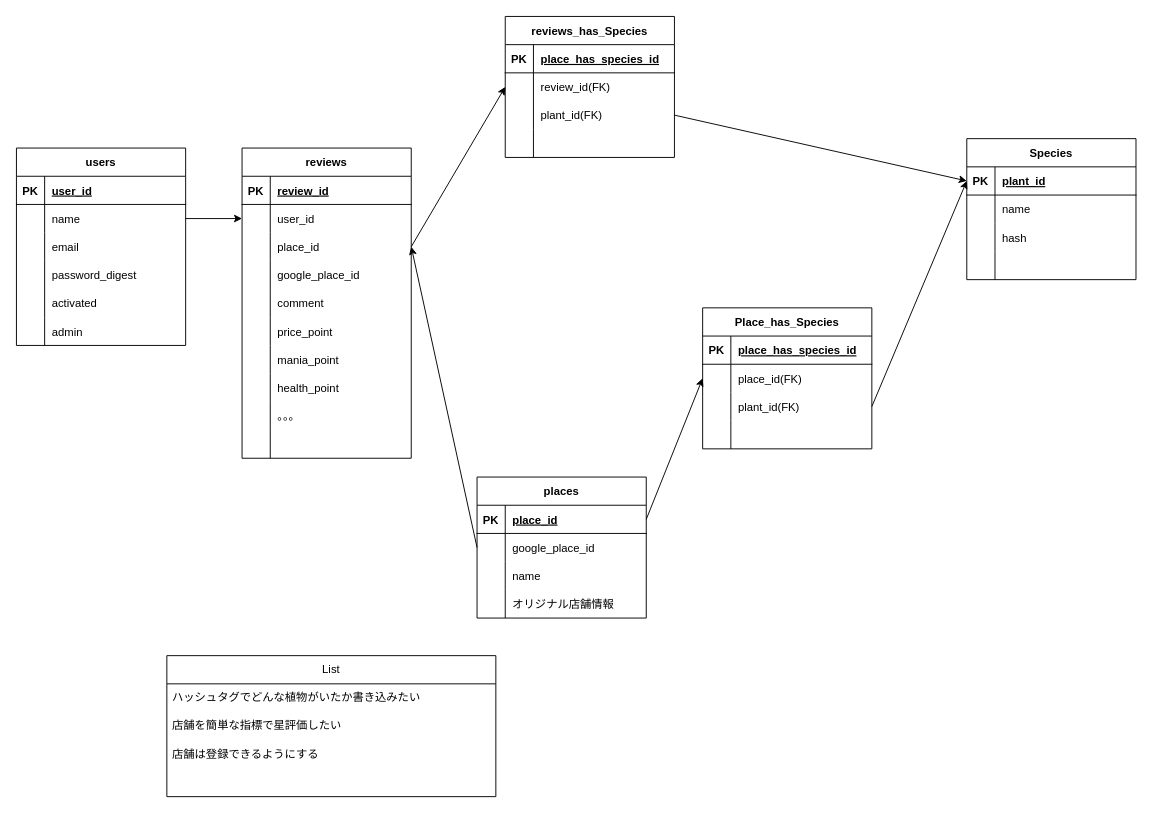
The draw.io diagram table_ER.drawio in sousukegit/plants_demo_app_v2_root, before the edit. Source tidied: cells renumbered, new cells numbered last; positions are measured from the earlier drawing's top-left corner, leaving out a move shared by most shapes. Both pictures are drawn from the tidied source at 94%, with x=0, y=0 at pixel (16, 16).
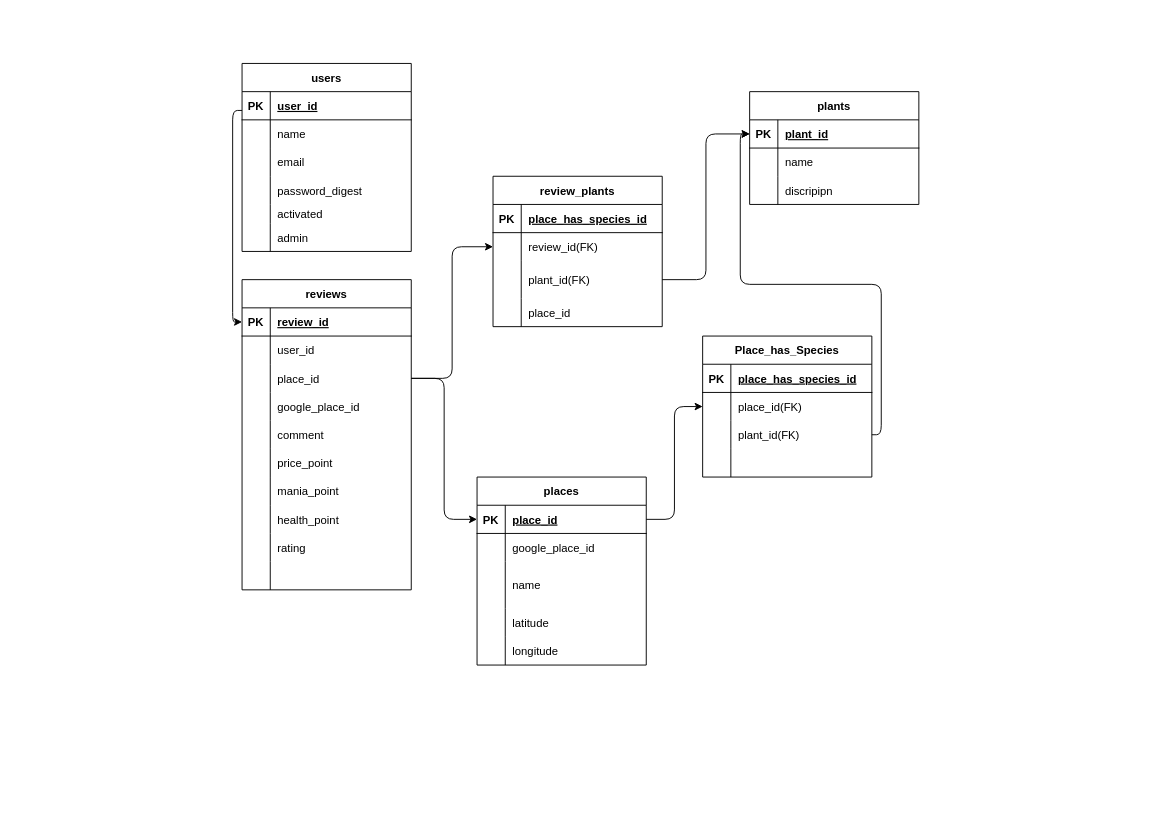
Above is the later version.

Commit message:
googlemmap topページ一時完成

Unchanged cells that the change refers to:
```xml
<mxCell id="6" style="shape=tableRow;horizontal=0;startSize=0;swimlaneHead=0;swimlaneBody=0;fillColor=none;points=[[0,0.5],[1,0.5]];portConstraint=eastwest;top=0;left=0;right=0;bottom=0;" parent="2" vertex="1">
  <mxGeometry y="60" width="180" height="30" as="geometry" />
</mxCell>
<mxCell id="22" style="shape=tableRow;horizontal=0;startSize=0;swimlaneHead=0;swimlaneBody=0;fillColor=none;points=[[0,0.5],[1,0.5]];portConstraint=eastwest;top=0;left=0;right=0;bottom=1;" parent="21" vertex="1">
  <mxGeometry y="30" width="180" height="30" as="geometry" />
</mxCell>
<mxCell id="25" style="shape=tableRow;horizontal=0;startSize=0;swimlaneHead=0;swimlaneBody=0;fillColor=none;points=[[0,0.5],[1,0.5]];portConstraint=eastwest;top=0;left=0;right=0;bottom=0;" parent="21" vertex="1">
  <mxGeometry y="60" width="180" height="30" as="geometry" />
</mxCell>
<mxCell id="35" style="shape=tableRow;horizontal=0;startSize=0;swimlaneHead=0;swimlaneBody=0;fillColor=none;points=[[0,0.5],[1,0.5]];portConstraint=eastwest;top=0;left=0;right=0;bottom=1;" parent="34" vertex="1">
  <mxGeometry y="30" width="180" height="30" as="geometry" />
</mxCell>
<mxCell id="38" style="shape=tableRow;horizontal=0;startSize=0;swimlaneHead=0;swimlaneBody=0;fillColor=none;points=[[0,0.5],[1,0.5]];portConstraint=eastwest;top=0;left=0;right=0;bottom=0;" parent="34" vertex="1">
  <mxGeometry y="60" width="180" height="30" as="geometry" />
</mxCell>
<mxCell id="41" style="shape=tableRow;horizontal=0;startSize=0;swimlaneHead=0;swimlaneBody=0;fillColor=none;points=[[0,0.5],[1,0.5]];portConstraint=eastwest;top=0;left=0;right=0;bottom=0;" parent="34" vertex="1">
  <mxGeometry y="90" width="180" height="30" as="geometry" />
</mxCell>
<mxCell id="59" style="shape=tableRow;horizontal=0;startSize=0;swimlaneHead=0;swimlaneBody=0;fillColor=none;top=0;left=0;right=0;bottom=0;" parent="34" vertex="1">
  <mxGeometry y="270" width="180" height="30" as="geometry" />
</mxCell>
<mxCell id="66" style="shape=tableRow;horizontal=0;startSize=0;swimlaneHead=0;swimlaneBody=0;fillColor=none;points=[[0,0.5],[1,0.5]];portConstraint=eastwest;top=0;left=0;right=0;bottom=1;" parent="65" vertex="1">
  <mxGeometry y="30" width="180" height="30" as="geometry" />
</mxCell>
<mxCell id="72" style="shape=tableRow;horizontal=0;startSize=0;swimlaneHead=0;swimlaneBody=0;fillColor=none;top=0;left=0;right=0;bottom=0;" parent="65" vertex="1">
  <mxGeometry y="90" width="180" height="30" as="geometry" />
</mxCell>
<mxCell id="91" style="shape=tableRow;horizontal=0;startSize=0;swimlaneHead=0;swimlaneBody=0;fillColor=none;points=[[0,0.5],[1,0.5]];portConstraint=eastwest;top=0;left=0;right=0;bottom=0;" parent="84" vertex="1">
  <mxGeometry y="90" width="180" height="30" as="geometry" />
</mxCell>
<mxCell id="101" style="shape=tableRow;horizontal=0;startSize=0;swimlaneHead=0;swimlaneBody=0;fillColor=none;points=[[0,0.5],[1,0.5]];portConstraint=eastwest;top=0;left=0;right=0;bottom=0;" parent="97" vertex="1">
  <mxGeometry y="60" width="180" height="30" as="geometry" />
</mxCell>
```

Diff of the diagram source:
```diff
@@
     <mxCell id="2" value="users" style="shape=table;startSize=30;childLayout=tableLayout;rowLines=0;fontStyle=1;align=center;" parent="1" vertex="1">
-      <mxGeometry y="140" width="180" height="210" as="geometry" />
+      <mxGeometry x="240" y="50" width="180" height="200" as="geometry" />
     </mxCell>
@@
     <mxCell id="15" style="shape=tableRow;horizontal=0;startSize=0;swimlaneHead=0;swimlaneBody=0;fillColor=none;top=0;left=0;right=0;bottom=0;" parent="2" vertex="1">
-      <mxGeometry y="150" width="180" height="30" as="geometry" />
+      <mxGeometry y="150" width="180" height="20" as="geometry" />
     </mxCell>
     <mxCell id="16" style="shape=partialRectangle;fillColor=none;top=0;left=0;bottom=0;right=0;overflow=hidden;" parent="15" vertex="1">
-      <mxGeometry width="30" height="30" as="geometry" />
+      <mxGeometry width="30" height="20" as="geometry" />
     </mxCell>
     <mxCell id="17" value="activated" style="shape=partialRectangle;fillColor=none;top=0;left=0;bottom=0;right=0;align=left;spacingLeft=6;overflow=hidden;" parent="15" vertex="1">
-      <mxGeometry x="30" width="150" height="30" as="geometry" />
+      <mxGeometry x="30" width="150" height="20" as="geometry" />
     </mxCell>
     <mxCell id="18" style="shape=tableRow;horizontal=0;startSize=0;swimlaneHead=0;swimlaneBody=0;fillColor=none;top=0;left=0;right=0;bottom=0;" parent="2" vertex="1">
-      <mxGeometry y="180" width="180" height="30" as="geometry" />
+      <mxGeometry y="170" width="180" height="30" as="geometry" />
     </mxCell>
@@
     <mxCell id="21" value="places" style="shape=table;startSize=30;childLayout=tableLayout;rowLines=0;fontStyle=1;align=center;" parent="1" vertex="1">
-      <mxGeometry x="490" y="490" width="180" height="150" as="geometry" />
+      <mxGeometry x="490" y="490" width="180" height="200" as="geometry" />
     </mxCell>
@@
     <mxCell id="28" style="shape=tableRow;horizontal=0;startSize=0;swimlaneHead=0;swimlaneBody=0;fillColor=none;top=0;left=0;right=0;bottom=0;" parent="21" vertex="1">
-      <mxGeometry y="90" width="180" height="30" as="geometry" />
+      <mxGeometry y="90" width="180" height="50" as="geometry" />
     </mxCell>
     <mxCell id="29" style="shape=partialRectangle;fillColor=none;top=0;left=0;bottom=0;right=0;overflow=hidden;" parent="28" vertex="1">
-      <mxGeometry width="30" height="30" as="geometry" />
+      <mxGeometry width="30" height="50" as="geometry" />
     </mxCell>
     <mxCell id="30" value="name" style="shape=partialRectangle;fillColor=none;top=0;left=0;bottom=0;right=0;align=left;spacingLeft=6;overflow=hidden;" parent="28" vertex="1">
-      <mxGeometry x="30" width="150" height="30" as="geometry" />
+      <mxGeometry x="30" width="150" height="50" as="geometry" />
     </mxCell>
-    <mxCell id="31" style="shape=tableRow;horizontal=0;startSize=0;swimlaneHead=0;swimlaneBody=0;fillColor=none;top=0;left=0;right=0;bottom=0;" parent="21" vertex="1">
-      <mxGeometry y="120" width="180" height="30" as="geometry" />
-    </mxCell>
-    <mxCell id="32" style="shape=partialRectangle;fillColor=none;top=0;left=0;bottom=0;right=0;overflow=hidden;" parent="31" vertex="1">
-      <mxGeometry width="30" height="30" as="geometry" />
-    </mxCell>
-    <mxCell id="33" value="オリジナル店舗情報" style="shape=partialRectangle;fillColor=none;top=0;left=0;bottom=0;right=0;align=left;spacingLeft=6;overflow=hidden;" parent="31" vertex="1">
-      <mxGeometry x="30" width="150" height="30" as="geometry" />
-    </mxCell>
+    <mxCell id="115" style="shape=tableRow;horizontal=0;startSize=0;swimlaneHead=0;swimlaneBody=0;fillColor=none;top=0;left=0;right=0;bottom=0;" parent="21" vertex="1">
+      <mxGeometry y="140" width="180" height="30" as="geometry" />
+    </mxCell>
+    <mxCell id="116" style="shape=partialRectangle;fillColor=none;top=0;left=0;bottom=0;right=0;overflow=hidden;" parent="115" vertex="1">
+      <mxGeometry width="30" height="30" as="geometry" />
+    </mxCell>
+    <mxCell id="117" value="latitude" style="shape=partialRectangle;fillColor=none;top=0;left=0;bottom=0;right=0;align=left;spacingLeft=6;overflow=hidden;" parent="115" vertex="1">
+      <mxGeometry x="30" width="150" height="30" as="geometry" />
+    </mxCell>
+    <mxCell id="118" style="shape=tableRow;horizontal=0;startSize=0;swimlaneHead=0;swimlaneBody=0;fillColor=none;top=0;left=0;right=0;bottom=0;" parent="21" vertex="1">
+      <mxGeometry y="170" width="180" height="30" as="geometry" />
+    </mxCell>
+    <mxCell id="119" style="shape=partialRectangle;fillColor=none;top=0;left=0;bottom=0;right=0;overflow=hidden;" parent="118" vertex="1">
+      <mxGeometry width="30" height="30" as="geometry" />
+    </mxCell>
+    <mxCell id="120" value="longitude" style="shape=partialRectangle;fillColor=none;top=0;left=0;bottom=0;right=0;align=left;spacingLeft=6;overflow=hidden;" parent="118" vertex="1">
+      <mxGeometry x="30" width="150" height="30" as="geometry" />
+    </mxCell>
     <mxCell id="34" value="reviews" style="shape=table;startSize=30;childLayout=tableLayout;rowLines=0;fontStyle=1;align=center;" parent="1" vertex="1">
-      <mxGeometry x="240" y="140" width="180" height="330" as="geometry" />
+      <mxGeometry x="240" y="280" width="180" height="330" as="geometry" />
     </mxCell>
@@
-    <mxCell id="61" value="。。。" style="shape=partialRectangle;fillColor=none;top=0;left=0;bottom=0;right=0;align=left;spacingLeft=6;overflow=hidden;" parent="59" vertex="1">
+    <mxCell id="61" value="rating" style="shape=partialRectangle;fillColor=none;top=0;left=0;bottom=0;right=0;align=left;spacingLeft=6;overflow=hidden;" parent="59" vertex="1">
       <mxGeometry x="30" width="150" height="30" as="geometry" />
     </mxCell>
@@
-    <mxCell id="65" value="Species" style="shape=table;startSize=30;childLayout=tableLayout;rowLines=0;fontStyle=1;align=center;" parent="1" vertex="1">
-      <mxGeometry x="1011" y="130" width="180" height="150" as="geometry" />
+    <mxCell id="65" value="plants" style="shape=table;startSize=30;childLayout=tableLayout;rowLines=0;fontStyle=1;align=center;" parent="1" vertex="1">
+      <mxGeometry x="780" y="80" width="180" height="120" as="geometry" />
     </mxCell>
@@
-    <mxCell id="74" value="hash" style="shape=partialRectangle;fillColor=none;top=0;left=0;bottom=0;right=0;align=left;spacingLeft=6;overflow=hidden;" parent="72" vertex="1">
+    <mxCell id="74" value="discripipn" style="shape=partialRectangle;fillColor=none;top=0;left=0;bottom=0;right=0;align=left;spacingLeft=6;overflow=hidden;" parent="72" vertex="1">
       <mxGeometry x="30" width="150" height="30" as="geometry" />
     </mxCell>
-    <mxCell id="75" style="shape=tableRow;horizontal=0;startSize=0;swimlaneHead=0;swimlaneBody=0;fillColor=none;top=0;left=0;right=0;bottom=0;" parent="65" vertex="1">
-      <mxGeometry y="120" width="180" height="30" as="geometry" />
-    </mxCell>
-    <mxCell id="76" style="shape=partialRectangle;fillColor=none;top=0;left=0;bottom=0;right=0;overflow=hidden;" parent="75" vertex="1">
-      <mxGeometry width="30" height="30" as="geometry" />
-    </mxCell>
-    <mxCell id="77" style="shape=partialRectangle;fillColor=none;top=0;left=0;bottom=0;right=0;align=left;spacingLeft=6;overflow=hidden;" parent="75" vertex="1">
-      <mxGeometry x="30" width="150" height="30" as="geometry" />
-    </mxCell>
-    <mxCell id="78" style="edgeStyle=none;html=1;exitX=1;exitY=0.5;exitDx=0;exitDy=0;entryX=0;entryY=0.5;entryDx=0;entryDy=0;" parent="1" edge="1" source="6" target="38">
-      <mxGeometry relative="1" as="geometry" />
-    </mxCell>
-    <mxCell id="79" value="List" style="swimlane;fontStyle=0;horizontal=1;startSize=30;whiteSpace=wrap;html=1;" parent="1" vertex="1">
-      <mxGeometry x="160" y="680" width="350" height="150" as="geometry" />
-    </mxCell>
-    <mxCell id="80" value="ハッシュタグでどんな植物がいたか書き込みたい" style="text;strokeColor=none;fillColor=none;align=left;verticalAlign=middle;spacingLeft=4;spacingRight=4;overflow=hidden;whiteSpace=wrap;html=1;" parent="79" vertex="1">
-      <mxGeometry y="30" width="350" height="30" as="geometry" />
-    </mxCell>
-    <mxCell id="81" value="店舗を簡単な指標で星評価したい" style="text;strokeColor=none;fillColor=none;align=left;verticalAlign=middle;spacingLeft=4;spacingRight=4;overflow=hidden;whiteSpace=wrap;html=1;" parent="79" vertex="1">
-      <mxGeometry y="60" width="350" height="30" as="geometry" />
-    </mxCell>
-    <mxCell id="82" value="店舗は登録できるようにする" style="text;strokeColor=none;fillColor=none;align=left;verticalAlign=middle;spacingLeft=4;spacingRight=4;overflow=hidden;whiteSpace=wrap;html=1;" parent="79" vertex="1">
-      <mxGeometry y="90" width="350" height="30" as="geometry" />
-    </mxCell>
-    <mxCell id="83" style="text;strokeColor=none;fillColor=none;align=left;verticalAlign=middle;spacingLeft=4;spacingRight=4;overflow=hidden;whiteSpace=wrap;html=1;" parent="79" vertex="1">
-      <mxGeometry y="120" width="350" height="30" as="geometry" />
-    </mxCell>
     <mxCell id="84" value="Place_has_Species" style="shape=table;startSize=30;childLayout=tableLayout;rowLines=0;fontStyle=1;align=center;" parent="1" vertex="1">
-      <mxGeometry x="730" y="310" width="180" height="150" as="geometry" />
+      <mxGeometry x="730" y="340" width="180" height="150" as="geometry" />
     </mxCell>
@@
-    <mxCell id="97" value="reviews_has_Species" style="shape=table;startSize=30;childLayout=tableLayout;rowLines=0;fontStyle=1;align=center;" parent="1" vertex="1">
-      <mxGeometry x="520" width="180" height="150" as="geometry" />
+    <mxCell id="97" value="review_plants" style="shape=table;startSize=30;childLayout=tableLayout;rowLines=0;fontStyle=1;align=center;" parent="1" vertex="1">
+      <mxGeometry x="507" y="170" width="180" height="160" as="geometry" />
     </mxCell>
@@
     <mxCell id="104" style="shape=tableRow;horizontal=0;startSize=0;swimlaneHead=0;swimlaneBody=0;fillColor=none;points=[[0,0.5],[1,0.5]];portConstraint=eastwest;top=0;left=0;right=0;bottom=0;" parent="97" vertex="1">
-      <mxGeometry y="90" width="180" height="30" as="geometry" />
+      <mxGeometry y="90" width="180" height="40" as="geometry" />
     </mxCell>
     <mxCell id="105" style="shape=partialRectangle;fillColor=none;top=0;left=0;bottom=0;right=0;overflow=hidden;" parent="104" vertex="1">
-      <mxGeometry width="30" height="30" as="geometry" />
+      <mxGeometry width="30" height="40" as="geometry" />
     </mxCell>
     <mxCell id="106" value="plant_id(FK)" style="shape=partialRectangle;fillColor=none;top=0;left=0;bottom=0;right=0;align=left;spacingLeft=6;overflow=hidden;" parent="104" vertex="1">
-      <mxGeometry x="30" width="150" height="30" as="geometry" />
+      <mxGeometry x="30" width="150" height="40" as="geometry" />
     </mxCell>
     <mxCell id="107" style="shape=tableRow;horizontal=0;startSize=0;swimlaneHead=0;swimlaneBody=0;fillColor=none;top=0;left=0;right=0;bottom=0;" parent="97" vertex="1">
-      <mxGeometry y="120" width="180" height="30" as="geometry" />
+      <mxGeometry y="130" width="180" height="30" as="geometry" />
     </mxCell>
@@
-    <mxCell id="109" style="shape=partialRectangle;fillColor=none;top=0;left=0;bottom=0;right=0;align=left;spacingLeft=6;overflow=hidden;" parent="107" vertex="1">
+    <mxCell id="109" value="place_id" style="shape=partialRectangle;fillColor=none;top=0;left=0;bottom=0;right=0;align=left;spacingLeft=6;overflow=hidden;" parent="107" vertex="1">
       <mxGeometry x="30" width="150" height="30" as="geometry" />
     </mxCell>
-    <mxCell id="110" style="edgeStyle=none;html=1;exitX=1;exitY=0.5;exitDx=0;exitDy=0;entryX=0;entryY=0.5;entryDx=0;entryDy=0;" parent="1" edge="1" source="41" target="101">
+    <mxCell id="110" style="edgeStyle=orthogonalEdgeStyle;html=1;exitX=1;exitY=0.5;exitDx=0;exitDy=0;entryX=0;entryY=0.5;entryDx=0;entryDy=0;" parent="1" edge="1" source="41" target="101">
       <mxGeometry relative="1" as="geometry" />
     </mxCell>
-    <mxCell id="111" style="edgeStyle=none;html=1;exitX=1;exitY=0.5;exitDx=0;exitDy=0;entryX=0;entryY=0.5;entryDx=0;entryDy=0;" parent="1" edge="1" source="22" target="84">
+    <mxCell id="111" style="edgeStyle=orthogonalEdgeStyle;html=1;exitX=1;exitY=0.5;exitDx=0;exitDy=0;entryX=0;entryY=0.5;entryDx=0;entryDy=0;" parent="1" edge="1" source="22" target="84">
       <mxGeometry relative="1" as="geometry" />
     </mxCell>
-    <mxCell id="112" style="edgeStyle=none;html=1;exitX=1;exitY=0.5;exitDx=0;exitDy=0;entryX=0;entryY=0.5;entryDx=0;entryDy=0;" parent="1" edge="1" source="104" target="66">
+    <mxCell id="112" style="edgeStyle=orthogonalEdgeStyle;html=1;exitX=1;exitY=0.5;exitDx=0;exitDy=0;entryX=0;entryY=0.5;entryDx=0;entryDy=0;" parent="1" edge="1" source="104" target="66">
       <mxGeometry relative="1" as="geometry" />
     </mxCell>
-    <mxCell id="113" style="edgeStyle=none;html=1;exitX=1;exitY=0.5;exitDx=0;exitDy=0;entryX=0;entryY=0.5;entryDx=0;entryDy=0;" parent="1" edge="1" source="91" target="66">
+    <mxCell id="113" style="edgeStyle=orthogonalEdgeStyle;html=1;exitX=1;exitY=0.5;exitDx=0;exitDy=0;entryX=0;entryY=0.5;entryDx=0;entryDy=0;" parent="1" edge="1" source="91" target="66">
       <mxGeometry relative="1" as="geometry" />
     </mxCell>
-    <mxCell id="114" style="edgeStyle=none;html=1;exitX=0;exitY=0.5;exitDx=0;exitDy=0;entryX=1;entryY=0.5;entryDx=0;entryDy=0;" parent="1" edge="1" source="25" target="41">
-      <mxGeometry relative="1" as="geometry" />
-    </mxCell>
+    <mxCell id="121" style="edgeStyle=orthogonalEdgeStyle;html=1;entryX=0;entryY=0.5;entryDx=0;entryDy=0;exitX=1;exitY=0.5;exitDx=0;exitDy=0;" parent="1" edge="1" source="41" target="22">
+      <mxGeometry relative="1" as="geometry" />
+    </mxCell>
+    <mxCell id="122" style="edgeStyle=orthogonalEdgeStyle;html=1;entryX=0;entryY=0.5;entryDx=0;entryDy=0;exitX=0;exitY=0.25;exitDx=0;exitDy=0;" parent="1" edge="1" source="2" target="35">
+      <mxGeometry relative="1" as="geometry" />
+    </mxCell>
```
